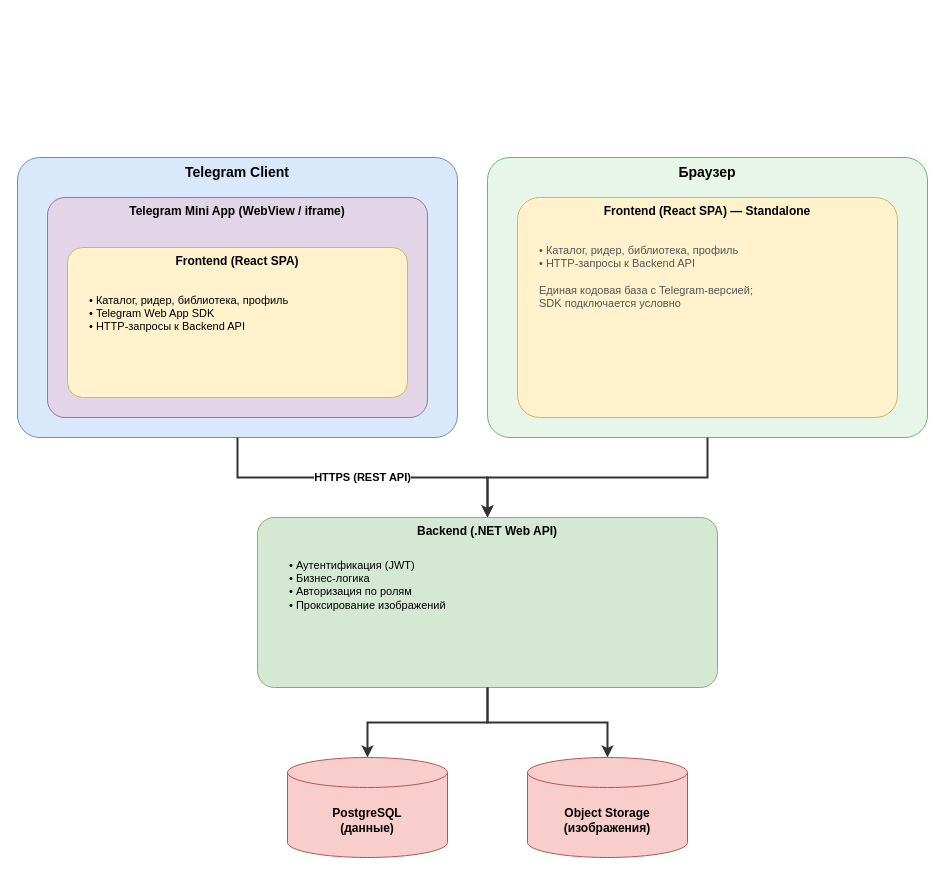
The draw.io diagram docs/assets/diagrams/architecture/architecture.drawio in TeleManga/docs, before the edit. Source tidied: cells renumbered, new cells numbered last; positions are measured from the earlier drawing's top-left corner, leaving out a move shared by most shapes. Both pictures are drawn from the tidied source at 100%, with x=0, y=0 at pixel (17, 157).
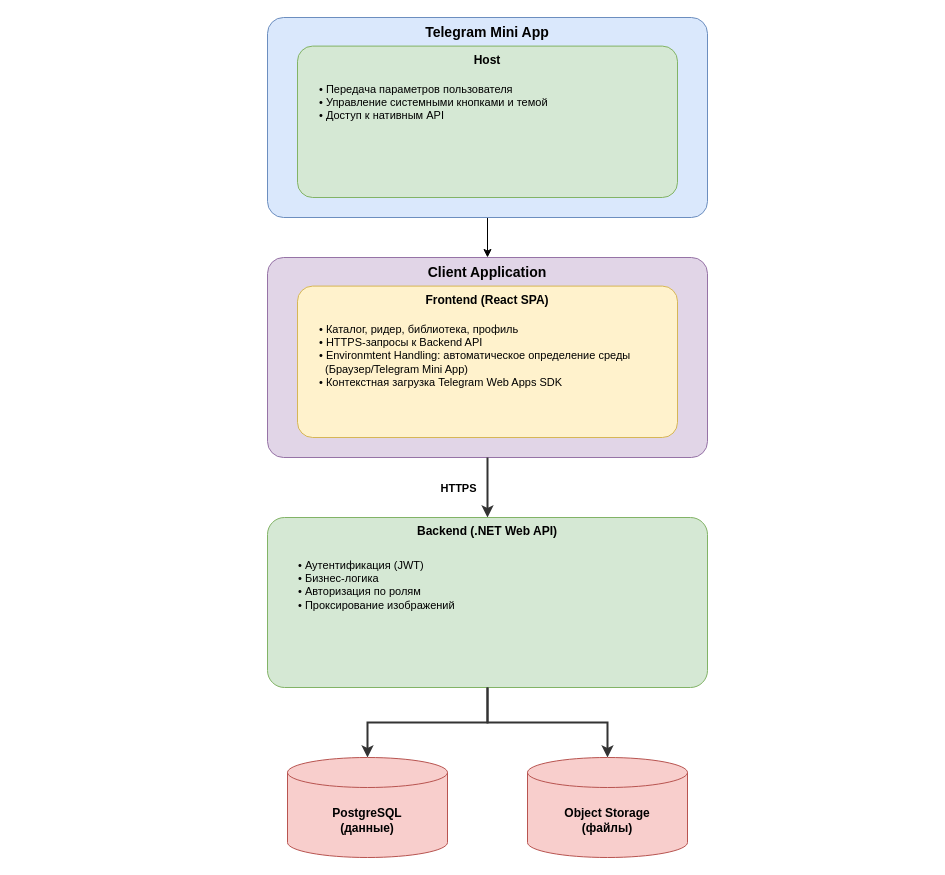
The same diagram, later.

Commit message (it also covers changes not shown here):
fix/6/refactor-architecture-diagam-with-descriptions

Change to the diagram source:
```diff
@@
 <mxGraphModel>
   <root>
     <mxCell id="0" />
     <mxCell id="1" parent="0" />
-    <mxCell id="2" value="Telegram Client" style="rounded=1;whiteSpace=wrap;html=1;fillColor=#dae8fc;strokeColor=#6c8ebf;verticalAlign=top;fontStyle=1;fontSize=14;arcSize=8;" parent="1" vertex="1">
-      <mxGeometry width="440" height="280" as="geometry" />
-    </mxCell>
-    <mxCell id="3" value="Telegram Mini App (WebView / iframe)" style="rounded=1;whiteSpace=wrap;html=1;fillColor=#e1d5e7;strokeColor=#9673a6;verticalAlign=top;fontStyle=1;fontSize=12;arcSize=8;" parent="2" vertex="1">
-      <mxGeometry x="30" y="40" width="380" height="220" as="geometry" />
-    </mxCell>
-    <mxCell id="4" value="Frontend (React SPA)" style="rounded=1;whiteSpace=wrap;html=1;fillColor=#fff2cc;strokeColor=#d6b656;verticalAlign=top;fontStyle=1;fontSize=12;arcSize=10;" parent="3" vertex="1">
-      <mxGeometry x="20" y="50" width="340" height="150" as="geometry" />
-    </mxCell>
-    <mxCell id="5" value="• Каталог, ридер, библиотека, профиль&#10;• Telegram Web App SDK&#10;• HTTP-запросы к Backend API" style="text;html=1;align=left;verticalAlign=top;strokeColor=none;fillColor=none;fontSize=11;spacingLeft=10;spacingTop=10;" parent="4" vertex="1">
-      <mxGeometry x="10" y="30" width="320" height="110" as="geometry" />
-    </mxCell>
-    <mxCell id="6" value="Браузер" style="rounded=1;whiteSpace=wrap;html=1;fillColor=#e8f5e9;strokeColor=#66bb6a;verticalAlign=top;fontStyle=1;fontSize=14;arcSize=8;" parent="1" vertex="1">
-      <mxGeometry x="470" width="440" height="280" as="geometry" />
+    <mxCell id="6" value="Client Application" style="rounded=1;whiteSpace=wrap;html=1;fillColor=#e1d5e7;strokeColor=#9673a6;verticalAlign=top;fontStyle=1;fontSize=14;arcSize=8;" parent="1" vertex="1">
+      <mxGeometry x="250" y="100" width="440" height="200" as="geometry" />
     </mxCell>
-    <mxCell id="7" value="Frontend (React SPA) — Standalone" style="rounded=1;whiteSpace=wrap;html=1;fillColor=#fff2cc;strokeColor=#d6b656;verticalAlign=top;fontStyle=1;fontSize=12;arcSize=10;" parent="6" vertex="1">
-      <mxGeometry x="30" y="40" width="380" height="220" as="geometry" />
+    <mxCell id="7" value="Frontend (React SPA)" style="rounded=1;whiteSpace=wrap;html=1;fillColor=#fff2cc;strokeColor=#d6b656;verticalAlign=top;fontStyle=1;fontSize=12;arcSize=10;" parent="6" vertex="1">
+      <mxGeometry x="30" y="28.6" width="380" height="151.4" as="geometry" />
     </mxCell>
-    <mxCell id="8" value="• Каталог, ридер, библиотека, профиль&#10;• HTTP-запросы к Backend API&#10;&#10;Единая кодовая база с Telegram-версией;&#10;SDK подключается условно" style="text;html=1;align=left;verticalAlign=top;strokeColor=none;fillColor=none;fontSize=11;spacingLeft=10;spacingTop=10;fontColor=#555555;" parent="7" vertex="1">
-      <mxGeometry x="10" y="30" width="360" height="170" as="geometry" />
+    <mxCell id="8" value="&lt;font style=&quot;color: rgb(0, 0, 0);&quot;&gt;• Каталог, ридер, библиотека, профиль&lt;br&gt;• HTTPS-запросы к Backend API&lt;/font&gt;&lt;div&gt;&lt;span style=&quot;color: rgb(85, 85, 85);&quot;&gt;&lt;font style=&quot;color: rgb(0, 0, 0);&quot;&gt;• Environmtent Handling: автоматическое определение среды&lt;/font&gt;&lt;/span&gt;&lt;/div&gt;&lt;div&gt;&lt;font&gt;&lt;font style=&quot;color: rgb(0, 0, 0);&quot;&gt;&amp;nbsp; (Браузер/Telegram Mini App)&lt;/font&gt;&lt;/font&gt;&lt;div&gt;&lt;span style=&quot;color: rgb(85, 85, 85);&quot;&gt;&lt;font style=&quot;color: rgb(0, 0, 0);&quot;&gt;• Контекстная загрузка Telegram Web Apps SDK&lt;/font&gt;&lt;/span&gt;&lt;/div&gt;&lt;/div&gt;" style="text;html=1;align=left;verticalAlign=top;strokeColor=none;fillColor=none;fontSize=11;spacingLeft=10;spacingTop=10;fontColor=#555555;" parent="7" vertex="1">
+      <mxGeometry x="10" y="20.6" width="340" height="90" as="geometry" />
     </mxCell>
-    <mxCell id="9" value="HTTPS (REST API)" style="edgeStyle=orthogonalEdgeStyle;rounded=0;jettySize=auto;html=1;strokeWidth=2;strokeColor=#333333;fontSize=11;fontStyle=1;labelBackgroundColor=#ffffff;" parent="1" edge="1" source="2" target="11">
-      <mxGeometry relative="1" as="geometry" />
-    </mxCell>
     <mxCell id="10" style="edgeStyle=orthogonalEdgeStyle;rounded=0;jettySize=auto;html=1;strokeWidth=2;strokeColor=#333333;" parent="1" edge="1" source="6" target="11">
       <mxGeometry relative="1" as="geometry" />
     </mxCell>
+    <mxCell id="17" value="&lt;b&gt;HTTPS&lt;/b&gt;" style="edgeLabel;html=1;align=center;verticalAlign=middle;" parent="10" vertex="1">
+      <mxGeometry x="-0.28" y="-1" relative="1" as="geometry">
+        <mxPoint x="-29" y="8" as="offset" />
+      </mxGeometry>
+    </mxCell>
     <mxCell id="11" value="Backend (.NET Web API)" style="rounded=1;whiteSpace=wrap;html=1;fillColor=#d5e8d4;strokeColor=#82b366;verticalAlign=top;fontStyle=1;fontSize=12;arcSize=10;" parent="1" vertex="1">
-      <mxGeometry x="240" y="360" width="460" height="170" as="geometry" />
+      <mxGeometry x="250" y="360" width="440" height="170" as="geometry" />
     </mxCell>
     <mxCell id="12" value="• Аутентификация (JWT)&#10;• Бизнес-логика&#10;• Авторизация по ролям&#10;• Проксирование изображений" style="text;html=1;align=left;verticalAlign=top;strokeColor=none;fillColor=none;fontSize=11;spacingLeft=10;spacingTop=5;" parent="11" vertex="1">
-      <mxGeometry x="20" y="30" width="420" height="130" as="geometry" />
+      <mxGeometry x="19.1" y="30" width="420" height="130" as="geometry" />
     </mxCell>
     <mxCell id="13" style="edgeStyle=orthogonalEdgeStyle;rounded=0;jettySize=auto;html=1;strokeWidth=2;strokeColor=#333333;" parent="1" edge="1" source="11" target="15">
       <mxGeometry relative="1" as="geometry" />
     </mxCell>
     <mxCell id="14" style="edgeStyle=orthogonalEdgeStyle;rounded=0;jettySize=auto;html=1;strokeWidth=2;strokeColor=#333333;" parent="1" edge="1" source="11" target="16">
       <mxGeometry relative="1" as="geometry" />
     </mxCell>
     <mxCell id="15" value="PostgreSQL&#10;(данные)" style="shape=cylinder3;whiteSpace=wrap;html=1;boundedLbl=1;backgroundOutline=1;size=15;fillColor=#f8cecc;strokeColor=#b85450;fontStyle=1;fontSize=12;" parent="1" vertex="1">
       <mxGeometry x="270" y="600" width="160" height="100" as="geometry" />
     </mxCell>
-    <mxCell id="16" value="Object Storage&#10;(изображения)" style="shape=cylinder3;whiteSpace=wrap;html=1;boundedLbl=1;backgroundOutline=1;size=15;fillColor=#f8cecc;strokeColor=#b85450;fontStyle=1;fontSize=12;" parent="1" vertex="1">
+    <mxCell id="16" value="Object Storage&lt;br&gt;(файлы)" style="shape=cylinder3;whiteSpace=wrap;html=1;boundedLbl=1;backgroundOutline=1;size=15;fillColor=#f8cecc;strokeColor=#b85450;fontStyle=1;fontSize=12;" parent="1" vertex="1">
       <mxGeometry x="510" y="600" width="160" height="100" as="geometry" />
     </mxCell>
+    <mxCell id="18" style="edgeStyle=none;html=1;" parent="1" edge="1" source="19" target="6">
+      <mxGeometry relative="1" as="geometry" />
+    </mxCell>
+    <mxCell id="19" value="Telegram Mini App" style="rounded=1;whiteSpace=wrap;html=1;fillColor=#dae8fc;strokeColor=#6c8ebf;verticalAlign=top;fontStyle=1;fontSize=14;arcSize=8;" parent="1" vertex="1">
+      <mxGeometry x="250" y="-140" width="440" height="200" as="geometry" />
+    </mxCell>
+    <mxCell id="20" value="Host" style="rounded=1;whiteSpace=wrap;html=1;fillColor=#d5e8d4;strokeColor=#82b366;verticalAlign=top;fontStyle=1;fontSize=12;arcSize=10;" parent="19" vertex="1">
+      <mxGeometry x="30" y="28.6" width="380" height="151.4" as="geometry" />
+    </mxCell>
+    <mxCell id="21" value="&lt;font style=&quot;color: rgb(0, 0, 0);&quot;&gt;• Передача параметров пользователя&lt;br&gt;• Управление системными кнопками и темой&lt;/font&gt;&lt;div&gt;&lt;span style=&quot;color: rgb(85, 85, 85);&quot;&gt;&lt;font style=&quot;color: rgb(0, 0, 0);&quot;&gt;• Доступ к нативным API&lt;/font&gt;&lt;/span&gt;&lt;/div&gt;" style="text;html=1;align=left;verticalAlign=top;strokeColor=none;fillColor=none;fontSize=11;spacingLeft=10;spacingTop=10;fontColor=#555555;" parent="20" vertex="1">
+      <mxGeometry x="10" y="20.6" width="260" height="60" as="geometry" />
+    </mxCell>
   </root>
 </mxGraphModel>
```
